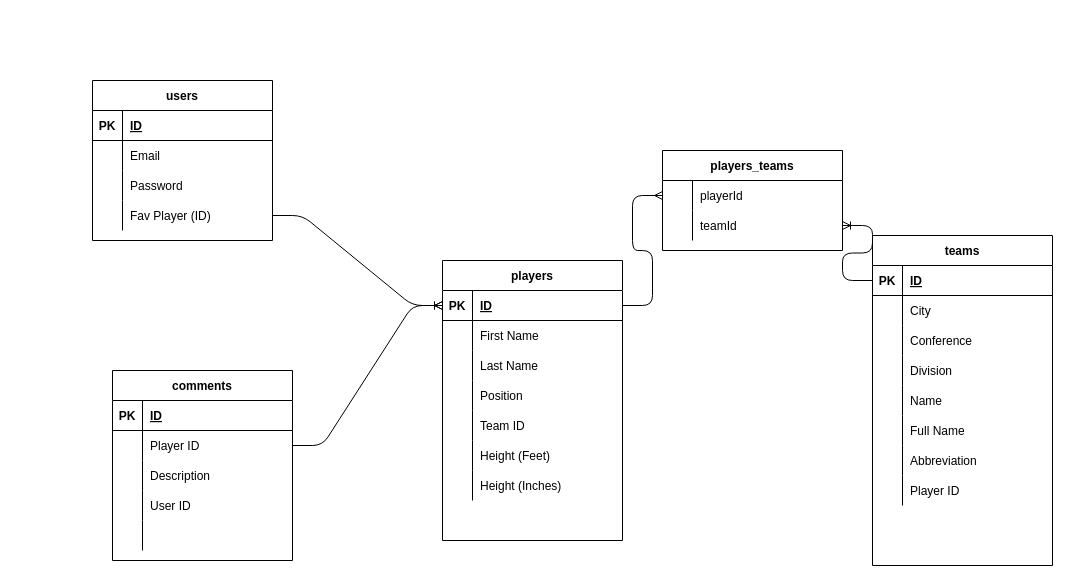
Above: ERD.drawio in devin-lynch/proj-2-nba-app (draw.io), before the change. Source tidied: cells renumbered, new cells numbered last; positions are measured from the earlier drawing's top-left corner, leaving out a move shared by most shapes. Both pictures are drawn from the tidied source at 100%, with x=0, y=0 at pixel (92, 80).
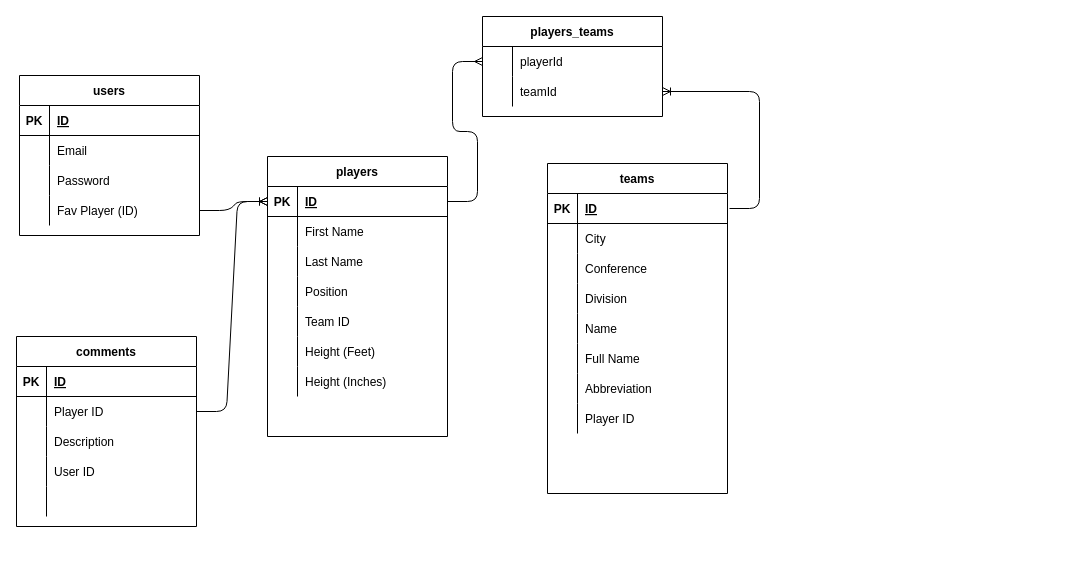
The same page after the edit.

The change refers to these unchanged cells:
```xml
<mxCell id="25" style="shape=partialRectangle;fillColor=none;top=0;left=0;bottom=1;right=0;points=[[0,0.5],[1,0.5]];portConstraint=eastwest;" parent="24" vertex="1">
  <mxGeometry y="30" width="180" height="30" as="geometry" />
</mxCell>
<mxCell id="85" style="shape=partialRectangle;fillColor=none;top=0;left=0;bottom=0;right=0;points=[[0,0.5],[1,0.5]];portConstraint=eastwest;" parent="81" vertex="1">
  <mxGeometry y="60" width="180" height="30" as="geometry" />
</mxCell>
```

Change to the diagram source:
```diff
@@
     <mxCell id="2" value="players" style="shape=table;startSize=30;childLayout=tableLayout;rowLines=0;fontStyle=1;align=center;swimlaneFillColor=default;" parent="1" vertex="1">
-      <mxGeometry x="350" y="180" width="180" height="280" as="geometry" />
+      <mxGeometry x="175" y="76" width="180" height="280" as="geometry" />
     </mxCell>
@@
     <mxCell id="24" value="teams" style="shape=table;startSize=30;childLayout=tableLayout;rowLines=0;fontStyle=1;align=center;swimlaneFillColor=default;" parent="1" vertex="1">
-      <mxGeometry x="780" y="155" width="180" height="330" as="geometry" />
+      <mxGeometry x="455" y="83" width="180" height="330" as="geometry" />
     </mxCell>
@@
     <mxCell id="50" value="users" style="shape=table;startSize=30;childLayout=tableLayout;rowLines=0;fontStyle=1;align=center;swimlaneFillColor=default;" parent="1" vertex="1">
-      <mxGeometry width="180" height="160" as="geometry" />
+      <mxGeometry x="-73" y="-5" width="180" height="160" as="geometry" />
     </mxCell>
@@
     <mxCell id="64" value="comments" style="shape=table;startSize=30;childLayout=tableLayout;rowLines=0;fontStyle=1;align=center;swimlaneFillColor=default;" parent="1" vertex="1">
-      <mxGeometry x="20" y="290" width="180" height="190" as="geometry" />
+      <mxGeometry x="-76" y="256" width="180" height="190" as="geometry" />
     </mxCell>
@@
     <mxCell id="81" value="players_teams" style="shape=table;startSize=30;childLayout=tableLayout;rowLines=0;fontStyle=1;align=center;swimlaneFillColor=default;" parent="1" vertex="1">
-      <mxGeometry x="570" y="70" width="180" height="100" as="geometry" />
+      <mxGeometry x="390" y="-64" width="180" height="100" as="geometry" />
     </mxCell>
@@
-    <mxCell id="88" style="edgeStyle=entityRelationEdgeStyle;fontSize=12;html=1;endArrow=ERoneToMany;exitX=0;exitY=0.5;exitDx=0;exitDy=0;entryX=1;entryY=0.5;entryDx=0;entryDy=0;" parent="1" edge="1" source="25" target="85">
-      <mxGeometry relative="1" as="geometry" />
+    <mxCell id="88" style="edgeStyle=entityRelationEdgeStyle;fontSize=12;html=1;endArrow=ERoneToMany;entryX=1;entryY=0.5;entryDx=0;entryDy=0;" parent="1" edge="1" target="85">
+      <mxGeometry relative="1" as="geometry">
+        <mxPoint x="637" y="128" as="sourcePoint" />
+      </mxGeometry>
     </mxCell>
```
